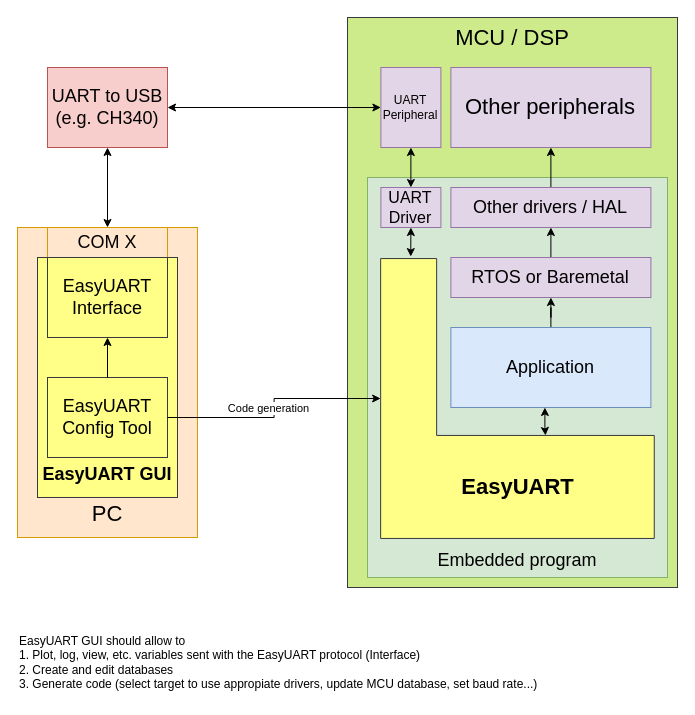
Above: page "Block diagram" (1 of 2) of ConceptDiagram.drawio in dweggg/EasyUART (draw.io), before the change. Source tidied: cells renumbered, new cells numbered last; positions are measured from the earlier drawing's top-left corner, leaving out a move shared by most shapes. Both pictures are drawn from the tidied source at 100%, with x=0, y=0 at pixel (17, 17).
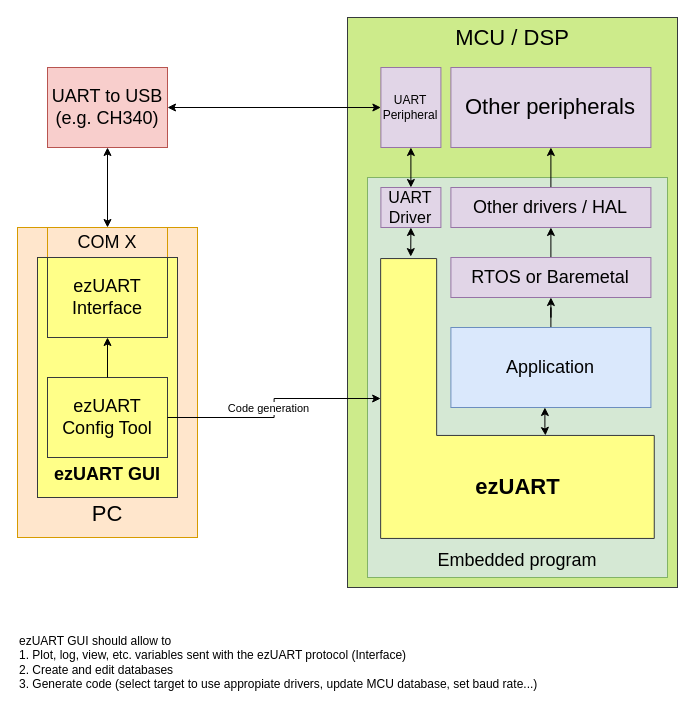
After the change.

The edit, as a diff of the source:
```diff
@@
-    <mxCell id="5" value="&lt;div&gt;&lt;br&gt;&lt;/div&gt;&lt;div&gt;&lt;br&gt;&lt;/div&gt;&lt;div&gt;&lt;br&gt;&lt;/div&gt;&lt;div&gt;&lt;br&gt;&lt;/div&gt;&lt;div&gt;&lt;br&gt;&lt;/div&gt;&lt;div&gt;&lt;br&gt;&lt;/div&gt;&lt;div&gt;&lt;br&gt;&lt;/div&gt;&lt;div&gt;&lt;br&gt;&lt;/div&gt;&lt;div&gt;&lt;br&gt;&lt;/div&gt;EasyUART GUI" style="rounded=0;whiteSpace=wrap;html=1;fontSize=18;fillColor=#ffff88;strokeColor=#36393d;fontStyle=1;" parent="1" vertex="1">
+    <mxCell id="5" value="&lt;div&gt;&lt;br&gt;&lt;/div&gt;&lt;div&gt;&lt;br&gt;&lt;/div&gt;&lt;div&gt;&lt;br&gt;&lt;/div&gt;&lt;div&gt;&lt;br&gt;&lt;/div&gt;&lt;div&gt;&lt;br&gt;&lt;/div&gt;&lt;div&gt;&lt;br&gt;&lt;/div&gt;&lt;div&gt;&lt;br&gt;&lt;/div&gt;&lt;div&gt;&lt;br&gt;&lt;/div&gt;&lt;div&gt;&lt;br&gt;&lt;/div&gt;ezUART GUI" style="rounded=0;whiteSpace=wrap;html=1;fontSize=18;fillColor=#ffff88;strokeColor=#36393d;fontStyle=1;" parent="1" vertex="1">
       <mxGeometry x="20" y="240" width="140" height="240" as="geometry" />
     </mxCell>
@@
-    <mxCell id="15" value="EasyUART Interface" style="rounded=0;whiteSpace=wrap;html=1;fontSize=18;fillColor=#ffff88;strokeColor=#36393d;" parent="1" vertex="1">
+    <mxCell id="15" value="ezUART Interface" style="rounded=0;whiteSpace=wrap;html=1;fontSize=18;fillColor=#ffff88;strokeColor=#36393d;" parent="1" vertex="1">
       <mxGeometry x="30" y="240" width="120" height="80" as="geometry" />
     </mxCell>
-    <mxCell id="16" value="EasyUART Config Tool" style="rounded=0;whiteSpace=wrap;html=1;fontSize=18;fillColor=#ffff88;strokeColor=#36393d;" parent="1" vertex="1">
+    <mxCell id="16" value="ezUART Config Tool" style="rounded=0;whiteSpace=wrap;html=1;fontSize=18;fillColor=#ffff88;strokeColor=#36393d;" parent="1" vertex="1">
       <mxGeometry x="30" y="360" width="120" height="80" as="geometry" />
     </mxCell>
@@
-    <mxCell id="27" value="EasyUART" style="text;html=1;align=center;verticalAlign=middle;strokeColor=none;fillColor=none;fontStyle=1;fontSize=22;" parent="1" vertex="1">
+    <mxCell id="27" value="ezUART" style="text;html=1;align=center;verticalAlign=middle;strokeColor=none;fillColor=none;fontStyle=1;fontSize=22;" parent="1" vertex="1">
       <mxGeometry x="435" y="450" width="130" height="40" as="geometry" />
     </mxCell>
@@
-    <mxCell id="31" value="EasyUART GUI should allow to&lt;div&gt;1. Plot, log, view, etc. variables sent with the EasyUART protocol (Interface)&lt;/div&gt;&lt;div&gt;2. Create and edit databases&lt;/div&gt;&lt;div&gt;3. Generate code (select target to use appropiate drivers, update MCU database, set baud rate...)&lt;/div&gt;" style="text;html=1;align=left;verticalAlign=middle;strokeColor=none;fillColor=none;" parent="1" vertex="1">
+    <mxCell id="31" value="ezUART GUI should allow to&lt;div&gt;1. Plot, log, view, etc. variables sent with the ezUART protocol (Interface)&lt;/div&gt;&lt;div&gt;2. Create and edit databases&lt;/div&gt;&lt;div&gt;3. Generate code (select target to use appropiate drivers, update MCU database, set baud rate...)&lt;/div&gt;" style="text;html=1;align=left;verticalAlign=middle;strokeColor=none;fillColor=none;" parent="1" vertex="1">
       <mxGeometry y="610" width="540" height="70" as="geometry" />
     </mxCell>
```
